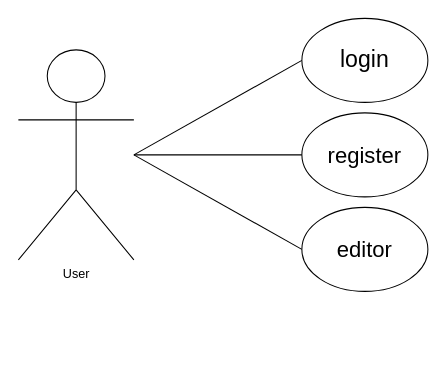
Above: use-case.drawio in rijiuqiu/NoteBook (draw.io), before the change. Source tidied: cells renumbered, new cells numbered last; positions are measured from the earlier drawing's top-left corner, leaving out a move shared by most shapes. Both pictures are drawn from the tidied source at 105%, with x=0, y=0 at pixel (18, 18).
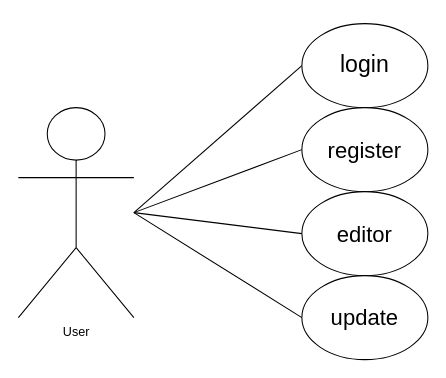
After the change.

The edit, as a diff of the source:
```diff
@@
 <mxGraphModel>
   <root>
     <mxCell id="0" />
     <mxCell id="1" parent="0" />
     <mxCell id="2" value="User" style="shape=umlActor;html=1;verticalLabelPosition=bottom;verticalAlign=top;align=center;" parent="1" vertex="1">
-      <mxGeometry y="30" width="110" height="200" as="geometry" />
+      <mxGeometry y="85" width="110" height="200" as="geometry" />
     </mxCell>
-    <mxCell id="3" style="endArrow=none;html=1;rounded=0;" parent="1" edge="1">
+    <mxCell id="3" style="endArrow=none;html=1;rounded=0;entryX=0;entryY=0.5;entryDx=0;entryDy=0;" parent="1" edge="1" target="5">
       <mxGeometry relative="1" as="geometry">
-        <mxPoint x="110" y="130" as="sourcePoint" />
-        <mxPoint x="270" y="40" as="targetPoint" />
+        <mxPoint x="110" y="185" as="sourcePoint" />
       </mxGeometry>
     </mxCell>
     <mxCell id="4" style="endArrow=none;html=1;rounded=0;entryX=0;entryY=0.5;entryDx=0;entryDy=0;" parent="1" edge="1" target="7">
       <mxGeometry relative="1" as="geometry">
-        <mxPoint x="110" y="130" as="sourcePoint" />
+        <mxPoint x="110" y="185" as="sourcePoint" />
       </mxGeometry>
     </mxCell>
     <mxCell id="5" value="&lt;p&gt;&lt;font style=&quot;font-size: 22px;&quot;&gt;login&lt;/font&gt;&lt;/p&gt;" style="ellipse;whiteSpace=wrap;html=1;fontFamily=Helvetica;" parent="1" vertex="1">
-      <mxGeometry x="270" width="120" height="80" as="geometry" />
+      <mxGeometry x="270" y="5" width="120" height="80" as="geometry" />
     </mxCell>
     <mxCell id="6" value="&lt;font style=&quot;font-size: 21px;&quot;&gt;register&lt;/font&gt;" style="ellipse;whiteSpace=wrap;html=1;" parent="1" vertex="1">
-      <mxGeometry x="270" y="90" width="120" height="80" as="geometry" />
+      <mxGeometry x="270" y="85" width="120" height="80" as="geometry" />
     </mxCell>
     <mxCell id="7" value="&lt;font style=&quot;font-size: 21px;&quot;&gt;editor&lt;/font&gt;" style="ellipse;whiteSpace=wrap;html=1;" parent="1" vertex="1">
-      <mxGeometry x="270" y="180" width="120" height="80" as="geometry" />
+      <mxGeometry x="270" y="165" width="120" height="80" as="geometry" />
     </mxCell>
     <mxCell id="8" style="endArrow=none;html=1;rounded=0;entryX=0;entryY=0.5;entryDx=0;entryDy=0;" parent="1" edge="1" target="6">
       <mxGeometry relative="1" as="geometry">
-        <mxPoint x="110" y="130" as="sourcePoint" />
+        <mxPoint x="110" y="185" as="sourcePoint" />
       </mxGeometry>
     </mxCell>
+    <mxCell id="9" value="&lt;span style=&quot;font-size: 21px;&quot;&gt;update&lt;/span&gt;" style="ellipse;whiteSpace=wrap;html=1;" parent="1" vertex="1">
+      <mxGeometry x="270" y="245" width="120" height="80" as="geometry" />
+    </mxCell>
+    <mxCell id="10" style="endArrow=none;html=1;rounded=0;fontFamily=Helvetica;fontSize=12;exitX=0;exitY=0.5;exitDx=0;exitDy=0;" parent="1" edge="1" source="9">
+      <mxGeometry relative="1" as="geometry">
+        <mxPoint x="110" y="185" as="targetPoint" />
+      </mxGeometry>
+    </mxCell>
   </root>
 </mxGraphModel>
```
